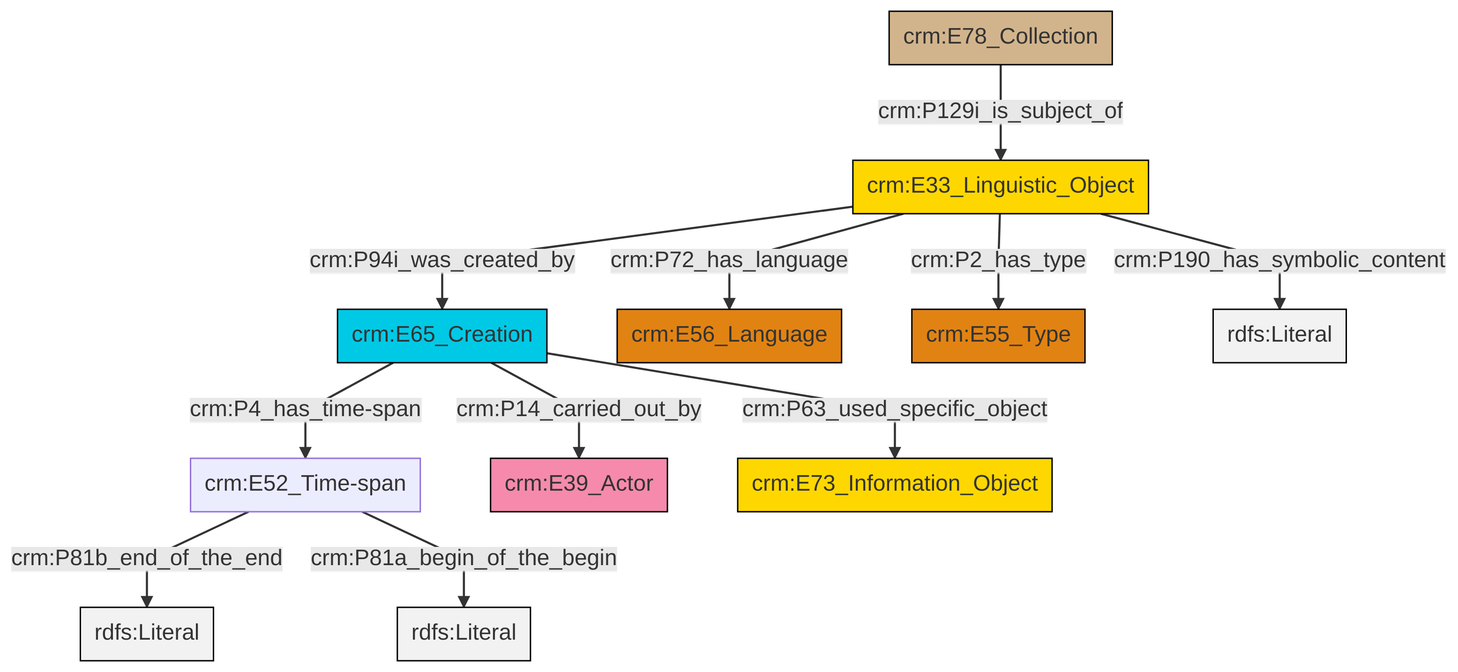
swiss-art-research-net/docs.swissartresearch keeps this Mermaid diagram as et/archivalCSV/ttl/mmd/png/archival_desc.png. Above is the earlier version. Its source is kept beside it as et/archivalCSV/ttl/mmd/archival_desc.ttl.mmd.
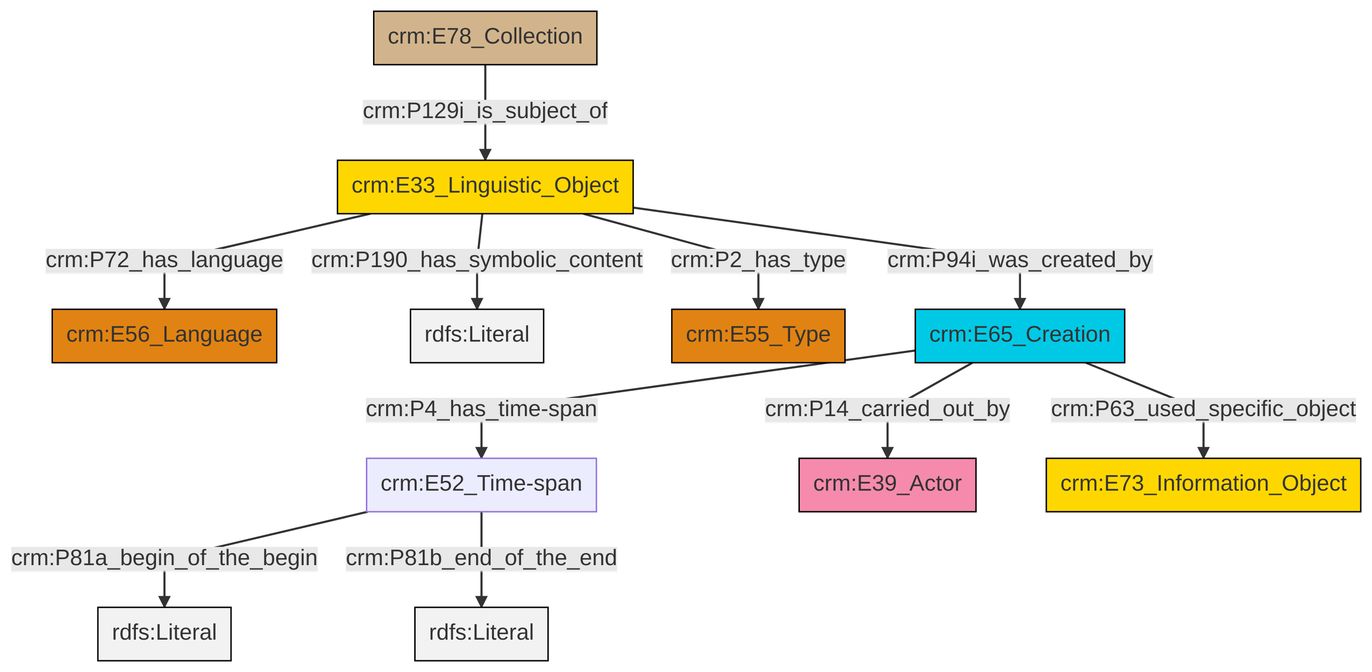
After the commit.

Change to the diagram source:
```diff
@@ -13,13 +13,13 @@
 classDef PC_Classes fill:#4ce600, stroke:#000000;
 classDef Multi fill:#cccccc,stroke:#000000;
 
-0["crm:E65_Creation"]:::Temporal_Entity -->|crm:P4_has_time-span| 1["crm:E52_Time-span"]:::Default
-2["crm:E33_Linguistic_Object"]:::Conceptual_Object -->|crm:P94i_was_created_by| 0["crm:E65_Creation"]:::Temporal_Entity
-2["crm:E33_Linguistic_Object"]:::Conceptual_Object -->|crm:P72_has_language| 3["crm:E56_Language"]:::Type
-0["crm:E65_Creation"]:::Temporal_Entity -->|crm:P14_carried_out_by| 4["crm:E39_Actor"]:::Actor
-1["crm:E52_Time-span"]:::Default -->|crm:P81b_end_of_the_end| 7[rdfs:Literal]:::Literal
-2["crm:E33_Linguistic_Object"]:::Conceptual_Object -->|crm:P2_has_type| 8["crm:E55_Type"]:::Type
-0["crm:E65_Creation"]:::Temporal_Entity -->|crm:P63_used_specific_object| 12["crm:E73_Information_Object"]:::Conceptual_Object
-10["crm:E78_Collection"]:::Physical_Thing -->|crm:P129i_is_subject_of| 2["crm:E33_Linguistic_Object"]:::Conceptual_Object
-1["crm:E52_Time-span"]:::Default -->|crm:P81a_begin_of_the_begin| 13[rdfs:Literal]:::Literal
-2["crm:E33_Linguistic_Object"]:::Conceptual_Object -->|crm:P190_has_symbolic_content| 17[rdfs:Literal]:::Literal
+0["crm:E33_Linguistic_Object"]:::Conceptual_Object -->|crm:P72_has_language| 1["crm:E56_Language"]:::Type
+3["crm:E52_Time-span"]:::Default -->|crm:P81a_begin_of_the_begin| 4[rdfs:Literal]:::Literal
+0["crm:E33_Linguistic_Object"]:::Conceptual_Object -->|crm:P190_has_symbolic_content| 5[rdfs:Literal]:::Literal
+0["crm:E33_Linguistic_Object"]:::Conceptual_Object -->|crm:P2_has_type| 8["crm:E55_Type"]:::Type
+9["crm:E65_Creation"]:::Temporal_Entity -->|crm:P4_has_time-span| 3["crm:E52_Time-span"]:::Default
+0["crm:E33_Linguistic_Object"]:::Conceptual_Object -->|crm:P94i_was_created_by| 9["crm:E65_Creation"]:::Temporal_Entity
+3["crm:E52_Time-span"]:::Default -->|crm:P81b_end_of_the_end| 14[rdfs:Literal]:::Literal
+15["crm:E78_Collection"]:::Physical_Thing -->|crm:P129i_is_subject_of| 0["crm:E33_Linguistic_Object"]:::Conceptual_Object
+9["crm:E65_Creation"]:::Temporal_Entity -->|crm:P63_used_specific_object| 12["crm:E73_Information_Object"]:::Conceptual_Object
+9["crm:E65_Creation"]:::Temporal_Entity -->|crm:P14_carried_out_by| 6["crm:E39_Actor"]:::Actor
```
